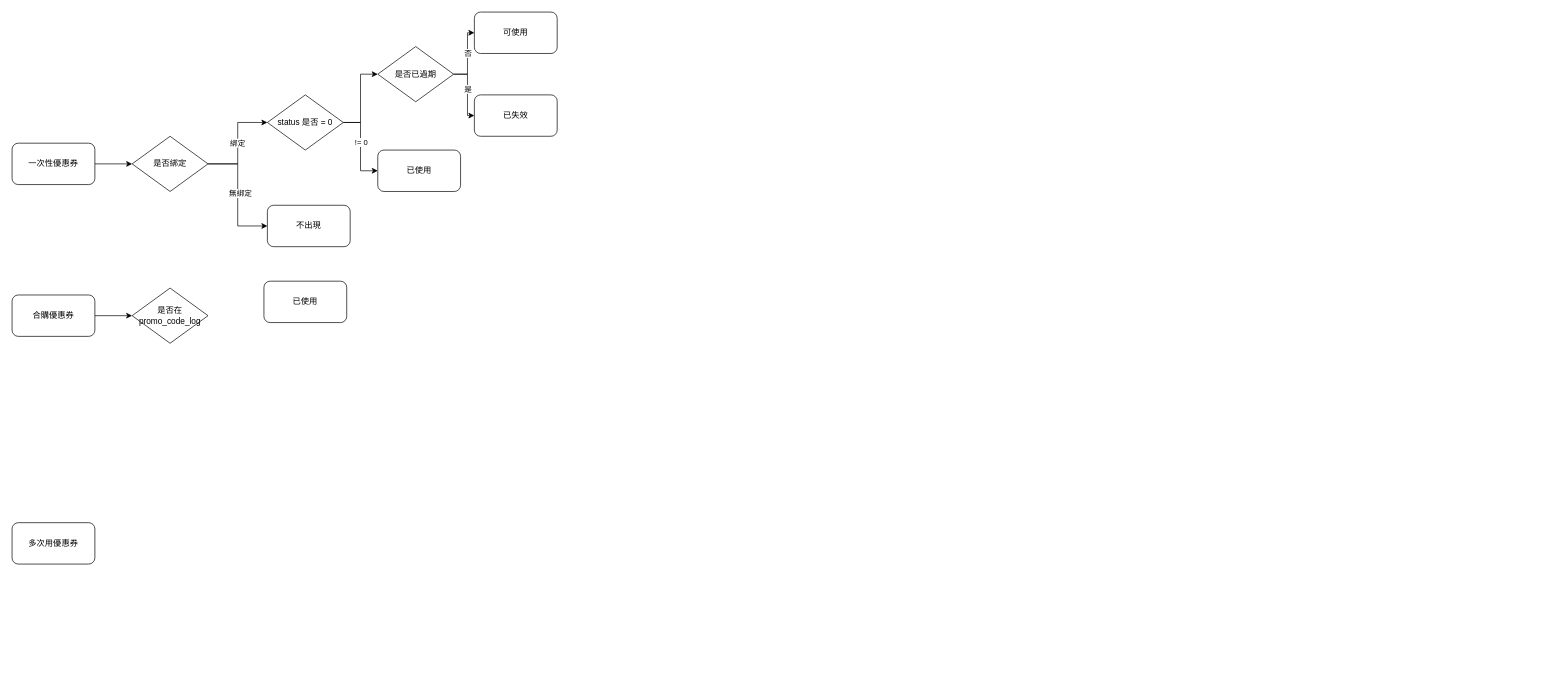
The draw.io diagram coupon.drawio in BenmrChen/Draw.io, before the edit. Source tidied: cells renumbered, new cells numbered last; positions are measured from the earlier drawing's top-left corner, leaving out a move shared by most shapes. Both pictures are drawn from the tidied source at 69%, with x=0, y=0 at pixel (12, 12).
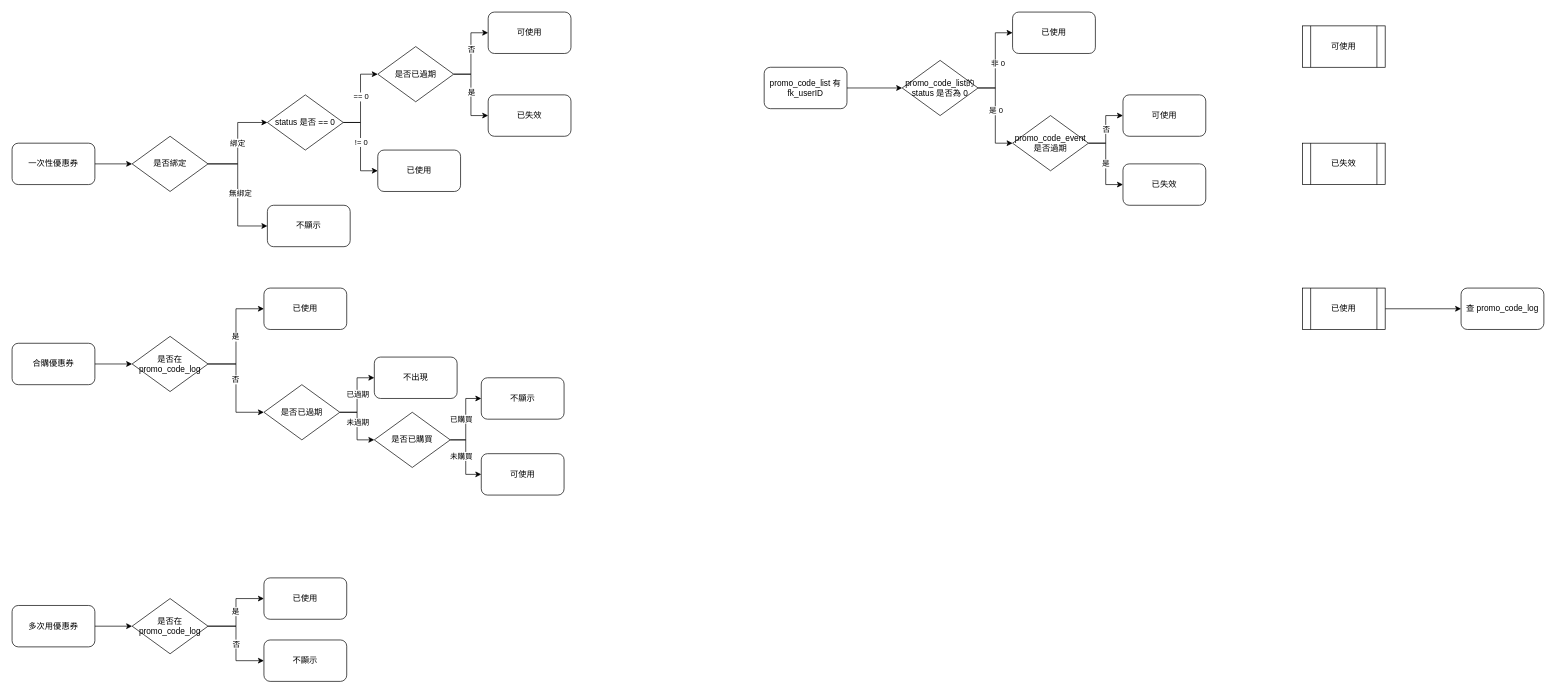
The same diagram, later.

The change refers to these unchanged cells:
```xml
<mxCell id="13" style="edgeStyle=orthogonalEdgeStyle;rounded=0;jettySize=auto;html=1;exitX=1;exitY=0.5;exitDx=0;exitDy=0;entryX=0;entryY=0.5;entryDx=0;entryDy=0;" parent="1" edge="1" source="14" target="23">
  <mxGeometry relative="1" as="geometry" />
</mxCell>
```

Change to the diagram source:
```diff
@@
     <mxCell id="5" value="合購優惠券" style="rounded=1;whiteSpace=wrap;html=1;" parent="1" vertex="1">
-      <mxGeometry y="410" width="120" height="60" as="geometry" />
+      <mxGeometry y="480" width="120" height="60" as="geometry" />
     </mxCell>
+    <mxCell id="26" style="edgeStyle=orthogonalEdgeStyle;rounded=0;jettySize=auto;html=1;exitX=1;exitY=0.5;exitDx=0;exitDy=0;" parent="1" edge="1" source="6" target="48">
+      <mxGeometry relative="1" as="geometry" />
+    </mxCell>
     <mxCell id="6" value="多次用優惠券" style="rounded=1;whiteSpace=wrap;html=1;" parent="1" vertex="1">
-      <mxGeometry y="740" width="120" height="60" as="geometry" />
+      <mxGeometry y="860" width="120" height="60" as="geometry" />
     </mxCell>
@@
+    <mxCell id="27" value="== 0" style="edgeLabel;html=1;align=center;verticalAlign=middle;" parent="13" vertex="1">
+      <mxGeometry x="0.05" relative="1" as="geometry" />
+    </mxCell>
-    <mxCell id="14" value="status 是否 = 0" style="rhombus;whiteSpace=wrap;html=1;" parent="1" vertex="1">
+    <mxCell id="14" value="status 是否 == 0" style="rhombus;whiteSpace=wrap;html=1;" parent="1" vertex="1">
       <mxGeometry x="370" y="120" width="110" height="80" as="geometry" />
     </mxCell>
@@
-    <mxCell id="16" value="不出現" style="rounded=1;whiteSpace=wrap;html=1;" parent="1" vertex="1">
+    <mxCell id="16" value="不顯示" style="rounded=1;whiteSpace=wrap;html=1;" parent="1" vertex="1">
       <mxGeometry x="370" y="280" width="120" height="60" as="geometry" />
     </mxCell>
+    <mxCell id="28" style="edgeStyle=orthogonalEdgeStyle;rounded=0;jettySize=auto;html=1;exitX=1;exitY=0.5;exitDx=0;exitDy=0;entryX=0;entryY=0.5;entryDx=0;entryDy=0;" parent="1" edge="1" source="17" target="18">
+      <mxGeometry relative="1" as="geometry" />
+    </mxCell>
+    <mxCell id="29" value="是" style="edgeLabel;html=1;align=center;verticalAlign=middle;" parent="28" vertex="1">
+      <mxGeometry y="2" relative="1" as="geometry">
+        <mxPoint x="1" y="1" as="offset" />
+      </mxGeometry>
+    </mxCell>
+    <mxCell id="30" style="edgeStyle=orthogonalEdgeStyle;rounded=0;jettySize=auto;html=1;exitX=1;exitY=0.5;exitDx=0;exitDy=0;entryX=0;entryY=0.5;entryDx=0;entryDy=0;" parent="1" edge="1" source="17" target="36">
+      <mxGeometry relative="1" as="geometry" />
+    </mxCell>
+    <mxCell id="31" value="否" style="edgeLabel;html=1;align=center;verticalAlign=middle;" parent="30" vertex="1">
+      <mxGeometry x="-0.16" y="-1" relative="1" as="geometry" />
+    </mxCell>
     <mxCell id="17" value="是否在 promo_code_log" style="rhombus;whiteSpace=wrap;html=1;" parent="1" vertex="1">
-      <mxGeometry x="174" y="400" width="110" height="80" as="geometry" />
+      <mxGeometry x="174" y="470" width="110" height="80" as="geometry" />
     </mxCell>
     <mxCell id="18" value="已使用" style="rounded=1;whiteSpace=wrap;html=1;" parent="1" vertex="1">
-      <mxGeometry x="365" y="390" width="120" height="60" as="geometry" />
+      <mxGeometry x="365" y="400" width="120" height="60" as="geometry" />
     </mxCell>
@@
     <mxCell id="24" value="已失效" style="rounded=1;whiteSpace=wrap;html=1;" parent="1" vertex="1">
-      <mxGeometry x="670" y="120" width="120" height="60" as="geometry" />
+      <mxGeometry x="690" y="120" width="120" height="60" as="geometry" />
     </mxCell>
     <mxCell id="25" value="可使用" style="rounded=1;whiteSpace=wrap;html=1;" parent="1" vertex="1">
-      <mxGeometry x="670" width="120" height="60" as="geometry" />
+      <mxGeometry x="690" width="120" height="60" as="geometry" />
     </mxCell>
+    <mxCell id="32" style="edgeStyle=orthogonalEdgeStyle;rounded=0;jettySize=auto;html=1;exitX=1;exitY=0.5;exitDx=0;exitDy=0;entryX=0;entryY=0.5;entryDx=0;entryDy=0;" parent="1" edge="1" source="36" target="37">
+      <mxGeometry relative="1" as="geometry" />
+    </mxCell>
+    <mxCell id="33" value="已過期" style="edgeLabel;html=1;align=center;verticalAlign=middle;" parent="32" vertex="1">
+      <mxGeometry x="0.04" relative="1" as="geometry" />
+    </mxCell>
+    <mxCell id="34" style="edgeStyle=orthogonalEdgeStyle;rounded=0;jettySize=auto;html=1;exitX=1;exitY=0.5;exitDx=0;exitDy=0;entryX=0;entryY=0.5;entryDx=0;entryDy=0;" parent="1" edge="1" source="36" target="42">
+      <mxGeometry relative="1" as="geometry" />
+    </mxCell>
+    <mxCell id="35" value="未過期" style="edgeLabel;html=1;align=center;verticalAlign=middle;" parent="34" vertex="1">
+      <mxGeometry x="-0.13" relative="1" as="geometry" />
+    </mxCell>
+    <mxCell id="36" value="是否已過期" style="rhombus;whiteSpace=wrap;html=1;" parent="1" vertex="1">
+      <mxGeometry x="365" y="540" width="110" height="80" as="geometry" />
+    </mxCell>
+    <mxCell id="37" value="不出現" style="rounded=1;whiteSpace=wrap;html=1;" parent="1" vertex="1">
+      <mxGeometry x="525" y="500" width="120" height="60" as="geometry" />
+    </mxCell>
+    <mxCell id="38" style="edgeStyle=orthogonalEdgeStyle;rounded=0;jettySize=auto;html=1;exitX=1;exitY=0.5;exitDx=0;exitDy=0;" parent="1" edge="1" source="42" target="43">
+      <mxGeometry relative="1" as="geometry" />
+    </mxCell>
+    <mxCell id="39" value="已購買" style="edgeLabel;html=1;align=center;verticalAlign=middle;" parent="38" vertex="1">
+      <mxGeometry x="0.02" y="-1" relative="1" as="geometry">
+        <mxPoint x="-8.5" y="0.5" as="offset" />
+      </mxGeometry>
+    </mxCell>
+    <mxCell id="40" style="edgeStyle=orthogonalEdgeStyle;rounded=0;jettySize=auto;html=1;exitX=1;exitY=0.5;exitDx=0;exitDy=0;" parent="1" edge="1" source="42" target="44">
+      <mxGeometry relative="1" as="geometry" />
+    </mxCell>
+    <mxCell id="41" value="未購買" style="edgeLabel;html=1;align=center;verticalAlign=middle;" parent="40" vertex="1">
+      <mxGeometry x="-0.06" relative="1" as="geometry">
+        <mxPoint x="-7.5" y="1" as="offset" />
+      </mxGeometry>
+    </mxCell>
+    <mxCell id="42" value="是否已購買" style="rhombus;whiteSpace=wrap;html=1;" parent="1" vertex="1">
+      <mxGeometry x="525" y="580" width="110" height="80" as="geometry" />
+    </mxCell>
+    <mxCell id="43" value="不顯示" style="rounded=1;whiteSpace=wrap;html=1;" parent="1" vertex="1">
+      <mxGeometry x="680" y="530" width="120" height="60" as="geometry" />
+    </mxCell>
+    <mxCell id="44" value="可使用" style="rounded=1;whiteSpace=wrap;html=1;" parent="1" vertex="1">
+      <mxGeometry x="680" y="640" width="120" height="60" as="geometry" />
+    </mxCell>
+    <mxCell id="45" style="edgeStyle=orthogonalEdgeStyle;rounded=0;jettySize=auto;html=1;exitX=1;exitY=0.5;exitDx=0;exitDy=0;" parent="1" edge="1" source="48" target="49">
+      <mxGeometry relative="1" as="geometry" />
+    </mxCell>
+    <mxCell id="46" value="是" style="edgeLabel;html=1;align=center;verticalAlign=middle;" parent="45" vertex="1">
+      <mxGeometry x="0.02" y="2" relative="1" as="geometry">
+        <mxPoint x="1" as="offset" />
+      </mxGeometry>
+    </mxCell>
+    <mxCell id="47" value="否" style="edgeStyle=orthogonalEdgeStyle;rounded=0;jettySize=auto;html=1;exitX=1;exitY=0.5;exitDx=0;exitDy=0;entryX=0;entryY=0.5;entryDx=0;entryDy=0;" parent="1" edge="1" source="48" target="50">
+      <mxGeometry relative="1" as="geometry" />
+    </mxCell>
+    <mxCell id="48" value="是否在 promo_code_log" style="rhombus;whiteSpace=wrap;html=1;" parent="1" vertex="1">
+      <mxGeometry x="174" y="850" width="110" height="80" as="geometry" />
+    </mxCell>
+    <mxCell id="49" value="已使用" style="rounded=1;whiteSpace=wrap;html=1;" parent="1" vertex="1">
+      <mxGeometry x="365" y="820" width="120" height="60" as="geometry" />
+    </mxCell>
+    <mxCell id="50" value="不顯示" style="rounded=1;whiteSpace=wrap;html=1;" parent="1" vertex="1">
+      <mxGeometry x="365" y="910" width="120" height="60" as="geometry" />
+    </mxCell>
+    <mxCell id="51" style="edgeStyle=orthogonalEdgeStyle;rounded=0;jettySize=auto;html=1;exitX=1;exitY=0.5;exitDx=0;exitDy=0;entryX=0;entryY=0.5;entryDx=0;entryDy=0;" parent="1" edge="1" source="52" target="57">
+      <mxGeometry relative="1" as="geometry" />
+    </mxCell>
+    <mxCell id="52" value="promo_code_list 有 fk_userID" style="rounded=1;whiteSpace=wrap;html=1;" parent="1" vertex="1">
+      <mxGeometry x="1090" y="80" width="120" height="60" as="geometry" />
+    </mxCell>
+    <mxCell id="53" style="edgeStyle=orthogonalEdgeStyle;rounded=0;jettySize=auto;html=1;exitX=1;exitY=0.5;exitDx=0;exitDy=0;entryX=0;entryY=0.5;entryDx=0;entryDy=0;" parent="1" edge="1" source="57" target="58">
+      <mxGeometry relative="1" as="geometry" />
+    </mxCell>
+    <mxCell id="54" value="非 0" style="edgeLabel;html=1;align=center;verticalAlign=middle;" parent="53" vertex="1">
+      <mxGeometry x="-0.06" y="-3" relative="1" as="geometry" />
+    </mxCell>
+    <mxCell id="55" style="edgeStyle=orthogonalEdgeStyle;rounded=0;jettySize=auto;html=1;exitX=1;exitY=0.5;exitDx=0;exitDy=0;" parent="1" edge="1" source="57" target="62">
+      <mxGeometry relative="1" as="geometry" />
+    </mxCell>
+    <mxCell id="56" value="是 0" style="edgeLabel;html=1;align=center;verticalAlign=middle;" parent="55" vertex="1">
+      <mxGeometry x="-0.12" relative="1" as="geometry" />
+    </mxCell>
+    <mxCell id="57" value="promo_code_list的 status 是否為 0" style="rhombus;whiteSpace=wrap;html=1;" parent="1" vertex="1">
+      <mxGeometry x="1290" y="70" width="110" height="80" as="geometry" />
+    </mxCell>
+    <mxCell id="58" value="已使用" style="rounded=1;whiteSpace=wrap;html=1;" parent="1" vertex="1">
+      <mxGeometry x="1450" width="120" height="60" as="geometry" />
+    </mxCell>
+    <mxCell id="59" style="edgeStyle=orthogonalEdgeStyle;rounded=0;jettySize=auto;html=1;exitX=1;exitY=0.5;exitDx=0;exitDy=0;" parent="1" edge="1" source="62" target="63">
+      <mxGeometry relative="1" as="geometry" />
+    </mxCell>
+    <mxCell id="60" value="否" style="edgeLabel;html=1;align=center;verticalAlign=middle;" parent="59" vertex="1">
+      <mxGeometry x="0.02" relative="1" as="geometry" />
+    </mxCell>
+    <mxCell id="61" value="是" style="edgeStyle=orthogonalEdgeStyle;rounded=0;jettySize=auto;html=1;exitX=1;exitY=0.5;exitDx=0;exitDy=0;entryX=0;entryY=0.5;entryDx=0;entryDy=0;" parent="1" edge="1" source="62" target="64">
+      <mxGeometry relative="1" as="geometry" />
+    </mxCell>
+    <mxCell id="62" value="promo_code_event是否過期" style="rhombus;whiteSpace=wrap;html=1;" parent="1" vertex="1">
+      <mxGeometry x="1450" y="150" width="110" height="80" as="geometry" />
+    </mxCell>
+    <mxCell id="63" value="可使用" style="rounded=1;whiteSpace=wrap;html=1;" parent="1" vertex="1">
+      <mxGeometry x="1610" y="120" width="120" height="60" as="geometry" />
+    </mxCell>
+    <mxCell id="64" value="已失效" style="rounded=1;whiteSpace=wrap;html=1;" parent="1" vertex="1">
+      <mxGeometry x="1610" y="220" width="120" height="60" as="geometry" />
+    </mxCell>
+    <mxCell id="65" value="可使用" style="shape=process;whiteSpace=wrap;html=1;backgroundOutline=1;" parent="1" vertex="1">
+      <mxGeometry x="1870" y="20" width="120" height="60" as="geometry" />
+    </mxCell>
+    <mxCell id="66" style="edgeStyle=orthogonalEdgeStyle;rounded=0;jettySize=auto;html=1;exitX=1;exitY=0.5;exitDx=0;exitDy=0;entryX=0;entryY=0.5;entryDx=0;entryDy=0;" parent="1" edge="1" source="67" target="69">
+      <mxGeometry relative="1" as="geometry" />
+    </mxCell>
+    <mxCell id="67" value="已使用" style="shape=process;whiteSpace=wrap;html=1;backgroundOutline=1;" parent="1" vertex="1">
+      <mxGeometry x="1870" y="400" width="120" height="60" as="geometry" />
+    </mxCell>
+    <mxCell id="68" value="已失效" style="shape=process;whiteSpace=wrap;html=1;backgroundOutline=1;" parent="1" vertex="1">
+      <mxGeometry x="1870" y="190" width="120" height="60" as="geometry" />
+    </mxCell>
+    <mxCell id="69" value="查 promo_code_log" style="rounded=1;whiteSpace=wrap;html=1;" parent="1" vertex="1">
+      <mxGeometry x="2100" y="400" width="120" height="60" as="geometry" />
+    </mxCell>
```
